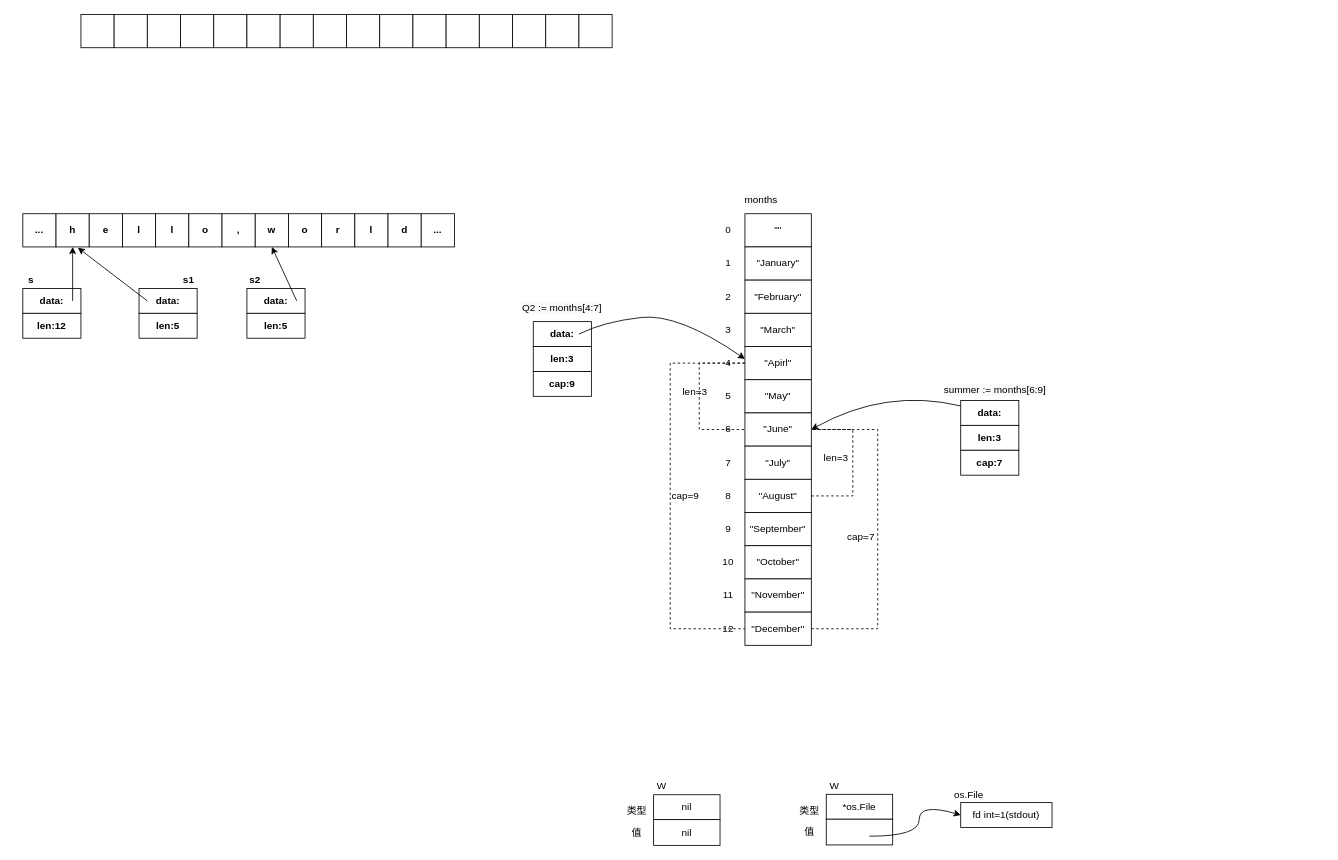
Above: go_basic.drawio in walkerdu/draw_io (draw.io), before the change. Source tidied: cells renumbered, new cells numbered last; positions are measured from the earlier drawing's top-left corner, leaving out a move shared by most shapes. Both pictures are drawn from the tidied source at 83%, with x=0, y=0 at pixel (14, 14).
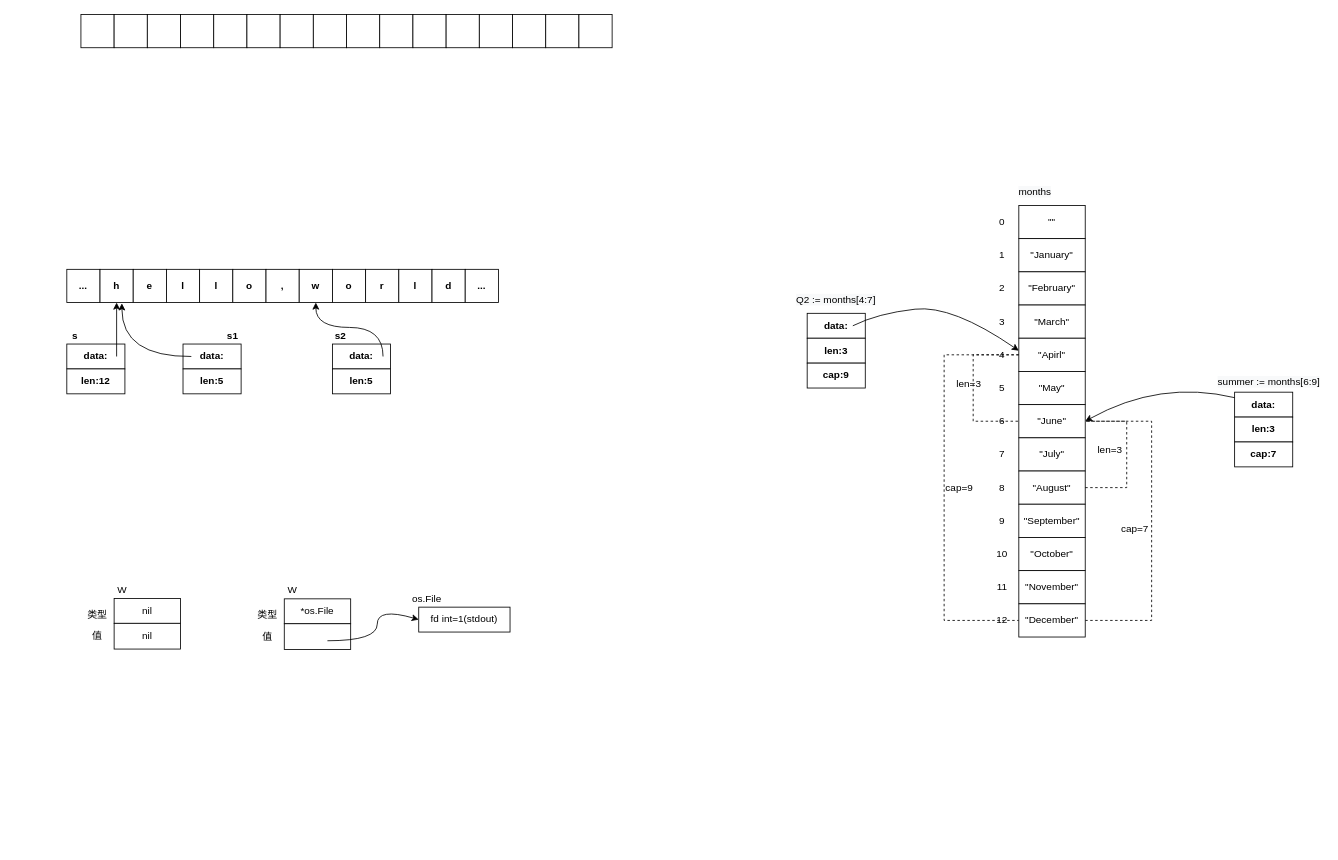
Above is the later version.

Unchanged cells that the change refers to:
```xml
<mxCell id="79" value="data:" style="rounded=0;whiteSpace=wrap;html=1;fontStyle=1;" parent="78" vertex="1">
  <mxGeometry width="70" height="30" as="geometry" />
</mxCell>
```

Change to the diagram source:
```diff
@@
     <mxCell id="2" style="strokeWidth=1;html=1;shape=mxgraph.flowchart.annotation_1;align=left;dashed=1;rotation=-180;" parent="1" vertex="1">
-      <mxGeometry x="960" y="500" width="80" height="240" as="geometry" />
+      <mxGeometry x="1290" y="490" width="80" height="240" as="geometry" />
     </mxCell>
     <mxCell id="3" value="cap=9" style="strokeWidth=1;html=1;shape=mxgraph.flowchart.annotation_1;align=left;dashed=1;" parent="1" vertex="1">
-      <mxGeometry x="790" y="420" width="90" height="320" as="geometry" />
+      <mxGeometry x="1120" y="410" width="90" height="320" as="geometry" />
     </mxCell>
@@
     <mxCell id="20" value="&lt;span&gt;...&lt;/span&gt;" style="rounded=0;whiteSpace=wrap;html=1;fontStyle=1;" parent="1" vertex="1">
-      <mxGeometry x="10" y="240" width="40" height="40" as="geometry" />
+      <mxGeometry x="63" y="307" width="40" height="40" as="geometry" />
     </mxCell>
     <mxCell id="21" value="&lt;span&gt;h&lt;/span&gt;" style="rounded=0;whiteSpace=wrap;html=1;fontStyle=1;" parent="1" vertex="1">
-      <mxGeometry x="50" y="240" width="40" height="40" as="geometry" />
+      <mxGeometry x="103" y="307" width="40" height="40" as="geometry" />
     </mxCell>
     <mxCell id="22" value="&lt;span&gt;e&lt;/span&gt;" style="rounded=0;whiteSpace=wrap;html=1;fontStyle=1;" parent="1" vertex="1">
-      <mxGeometry x="90" y="240" width="40" height="40" as="geometry" />
+      <mxGeometry x="143" y="307" width="40" height="40" as="geometry" />
     </mxCell>
     <mxCell id="23" value="&lt;span&gt;l&lt;/span&gt;" style="rounded=0;whiteSpace=wrap;html=1;fontStyle=1;" parent="1" vertex="1">
-      <mxGeometry x="130" y="240" width="40" height="40" as="geometry" />
+      <mxGeometry x="183" y="307" width="40" height="40" as="geometry" />
     </mxCell>
     <mxCell id="24" value="&lt;span&gt;l&lt;/span&gt;" style="rounded=0;whiteSpace=wrap;html=1;fontStyle=1;" parent="1" vertex="1">
-      <mxGeometry x="170" y="240" width="40" height="40" as="geometry" />
+      <mxGeometry x="223" y="307" width="40" height="40" as="geometry" />
     </mxCell>
     <mxCell id="25" value="o" style="rounded=0;whiteSpace=wrap;html=1;fontStyle=1;" parent="1" vertex="1">
-      <mxGeometry x="210" y="240" width="40" height="40" as="geometry" />
+      <mxGeometry x="263" y="307" width="40" height="40" as="geometry" />
     </mxCell>
     <mxCell id="26" value="," style="rounded=0;whiteSpace=wrap;html=1;fontStyle=1;" parent="1" vertex="1">
-      <mxGeometry x="250" y="240" width="40" height="40" as="geometry" />
+      <mxGeometry x="303" y="307" width="40" height="40" as="geometry" />
     </mxCell>
     <mxCell id="27" value="w" style="rounded=0;whiteSpace=wrap;html=1;fontStyle=1;" parent="1" vertex="1">
-      <mxGeometry x="290" y="240" width="40" height="40" as="geometry" />
+      <mxGeometry x="343" y="307" width="40" height="40" as="geometry" />
     </mxCell>
     <mxCell id="28" value="o" style="rounded=0;whiteSpace=wrap;html=1;fontStyle=1;" parent="1" vertex="1">
-      <mxGeometry x="330" y="240" width="40" height="40" as="geometry" />
+      <mxGeometry x="383" y="307" width="40" height="40" as="geometry" />
     </mxCell>
     <mxCell id="29" value="r" style="rounded=0;whiteSpace=wrap;html=1;fontStyle=1;" parent="1" vertex="1">
-      <mxGeometry x="370" y="240" width="40" height="40" as="geometry" />
+      <mxGeometry x="423" y="307" width="40" height="40" as="geometry" />
     </mxCell>
     <mxCell id="30" value="l" style="rounded=0;whiteSpace=wrap;html=1;fontStyle=1;" parent="1" vertex="1">
-      <mxGeometry x="410" y="240" width="40" height="40" as="geometry" />
+      <mxGeometry x="463" y="307" width="40" height="40" as="geometry" />
     </mxCell>
     <mxCell id="31" value="d" style="rounded=0;whiteSpace=wrap;html=1;fontStyle=1;" parent="1" vertex="1">
-      <mxGeometry x="450" y="240" width="40" height="40" as="geometry" />
+      <mxGeometry x="503" y="307" width="40" height="40" as="geometry" />
     </mxCell>
     <mxCell id="32" value="&lt;span&gt;...&lt;/span&gt;" style="rounded=0;whiteSpace=wrap;html=1;fontStyle=1;" parent="1" vertex="1">
-      <mxGeometry x="490" y="240" width="40" height="40" as="geometry" />
+      <mxGeometry x="543" y="307" width="40" height="40" as="geometry" />
     </mxCell>
     <mxCell id="33" value="&quot;&quot;" style="rounded=0;whiteSpace=wrap;html=1;" parent="1" vertex="1">
-      <mxGeometry x="880" y="240" width="80" height="40" as="geometry" />
+      <mxGeometry x="1210" y="230" width="80" height="40" as="geometry" />
     </mxCell>
     <mxCell id="34" style="group;" parent="1" vertex="1">
-      <mxGeometry x="10" y="330" width="70" height="60" as="geometry" />
+      <mxGeometry x="63" y="397" width="70" height="60" as="geometry" />
     </mxCell>
@@
     <mxCell id="37" value="&lt;b&gt;s&lt;/b&gt;" style="text;html=1;strokeColor=none;fillColor=none;align=center;verticalAlign=middle;whiteSpace=wrap;rounded=0;" parent="1" vertex="1">
-      <mxGeometry y="310" width="40" height="20" as="geometry" />
+      <mxGeometry x="53" y="377" width="40" height="20" as="geometry" />
     </mxCell>
     <mxCell id="38" style="endArrow=classic;html=1;entryX=0.5;entryY=1;entryDx=0;entryDy=0;noJump=1;anchorPointDirection=0;" parent="1" edge="1" target="21">
       <mxGeometry relative="1" as="geometry">
-        <mxPoint x="70" y="345" as="sourcePoint" />
+        <mxPoint x="123" y="412" as="sourcePoint" />
       </mxGeometry>
     </mxCell>
     <mxCell id="39" style="group;" parent="1" vertex="1">
-      <mxGeometry x="150" y="330" width="70" height="60" as="geometry" />
+      <mxGeometry x="203" y="397" width="70" height="60" as="geometry" />
     </mxCell>
@@
     <mxCell id="42" value="&lt;b&gt;s1&lt;/b&gt;" style="text;html=1;strokeColor=none;fillColor=none;align=center;verticalAlign=middle;whiteSpace=wrap;rounded=0;" parent="1" vertex="1">
-      <mxGeometry x="190" y="310" width="40" height="20" as="geometry" />
+      <mxGeometry x="243" y="377" width="40" height="20" as="geometry" />
     </mxCell>
-    <mxCell id="43" style="endArrow=classic;html=1;entryX=0.658;entryY=1.025;entryDx=0;entryDy=0;noJump=1;anchorPointDirection=0;entryPerimeter=0;startFill=1;endFill=1;" parent="1" edge="1" target="21">
+    <mxCell id="43" style="endArrow=classic;html=1;entryX=0.658;entryY=1.025;entryDx=0;entryDy=0;noJump=1;anchorPointDirection=0;entryPerimeter=0;startFill=1;endFill=1;edgeStyle=orthogonalEdgeStyle;curved=1;" parent="1" edge="1" target="21">
       <mxGeometry relative="1" as="geometry">
-        <mxPoint x="160" y="345" as="sourcePoint" />
+        <mxPoint x="213" y="412" as="sourcePoint" />
       </mxGeometry>
     </mxCell>
     <mxCell id="44" style="group;" parent="1" vertex="1">
-      <mxGeometry x="280" y="330" width="70" height="60" as="geometry" />
+      <mxGeometry x="383" y="397" width="70" height="60" as="geometry" />
     </mxCell>
@@
     <mxCell id="47" value="&lt;b&gt;s2&lt;/b&gt;" style="text;html=1;strokeColor=none;fillColor=none;align=center;verticalAlign=middle;whiteSpace=wrap;rounded=0;" parent="1" vertex="1">
-      <mxGeometry x="270" y="310" width="40" height="20" as="geometry" />
+      <mxGeometry x="373" y="377" width="40" height="20" as="geometry" />
     </mxCell>
-    <mxCell id="48" style="endArrow=classic;html=1;entryX=0.5;entryY=1;entryDx=0;entryDy=0;" parent="1" edge="1" target="27">
+    <mxCell id="48" style="endArrow=classic;html=1;entryX=0.5;entryY=1;entryDx=0;entryDy=0;edgeStyle=orthogonalEdgeStyle;curved=1;" parent="1" edge="1" target="27">
       <mxGeometry relative="1" as="geometry">
-        <mxPoint x="340" y="345" as="sourcePoint" />
+        <mxPoint x="444" y="412" as="sourcePoint" />
+        <Array as="points">
+          <mxPoint x="444" y="377" />
+          <mxPoint x="363" y="377" />
+        </Array>
       </mxGeometry>
     </mxCell>
     <mxCell id="49" value="&quot;January&quot;" style="rounded=0;whiteSpace=wrap;html=1;" parent="1" vertex="1">
-      <mxGeometry x="880" y="280" width="80" height="40" as="geometry" />
+      <mxGeometry x="1210" y="270" width="80" height="40" as="geometry" />
     </mxCell>
     <mxCell id="50" value="&quot;February&quot;" style="rounded=0;whiteSpace=wrap;html=1;" parent="1" vertex="1">
-      <mxGeometry x="880" y="320" width="80" height="40" as="geometry" />
+      <mxGeometry x="1210" y="310" width="80" height="40" as="geometry" />
     </mxCell>
     <mxCell id="51" value="&quot;March&quot;" style="rounded=0;whiteSpace=wrap;html=1;" parent="1" vertex="1">
-      <mxGeometry x="880" y="360" width="80" height="40" as="geometry" />
+      <mxGeometry x="1210" y="350" width="80" height="40" as="geometry" />
     </mxCell>
     <mxCell id="52" value="&quot;Apirl&quot;" style="rounded=0;whiteSpace=wrap;html=1;" parent="1" vertex="1">
-      <mxGeometry x="880" y="400" width="80" height="40" as="geometry" />
+      <mxGeometry x="1210" y="390" width="80" height="40" as="geometry" />
     </mxCell>
     <mxCell id="53" value="&quot;May&quot;" style="rounded=0;whiteSpace=wrap;html=1;" parent="1" vertex="1">
-      <mxGeometry x="880" y="440" width="80" height="40" as="geometry" />
+      <mxGeometry x="1210" y="430" width="80" height="40" as="geometry" />
     </mxCell>
     <mxCell id="54" value="&quot;June&quot;" style="rounded=0;whiteSpace=wrap;html=1;" parent="1" vertex="1">
-      <mxGeometry x="880" y="480" width="80" height="40" as="geometry" />
+      <mxGeometry x="1210" y="470" width="80" height="40" as="geometry" />
     </mxCell>
     <mxCell id="55" value="&quot;July&quot;" style="rounded=0;whiteSpace=wrap;html=1;" parent="1" vertex="1">
-      <mxGeometry x="880" y="520" width="80" height="40" as="geometry" />
+      <mxGeometry x="1210" y="510" width="80" height="40" as="geometry" />
     </mxCell>
     <mxCell id="56" value="&quot;August&quot;" style="rounded=0;whiteSpace=wrap;html=1;" parent="1" vertex="1">
-      <mxGeometry x="880" y="560" width="80" height="40" as="geometry" />
+      <mxGeometry x="1210" y="550" width="80" height="40" as="geometry" />
     </mxCell>
     <mxCell id="57" value="&quot;September&quot;" style="rounded=0;whiteSpace=wrap;html=1;" parent="1" vertex="1">
-      <mxGeometry x="880" y="600" width="80" height="40" as="geometry" />
+      <mxGeometry x="1210" y="590" width="80" height="40" as="geometry" />
     </mxCell>
     <mxCell id="58" value="&quot;October&quot;" style="rounded=0;whiteSpace=wrap;html=1;" parent="1" vertex="1">
-      <mxGeometry x="880" y="640" width="80" height="40" as="geometry" />
+      <mxGeometry x="1210" y="630" width="80" height="40" as="geometry" />
     </mxCell>
     <mxCell id="59" value="&quot;November&quot;" style="rounded=0;whiteSpace=wrap;html=1;" parent="1" vertex="1">
-      <mxGeometry x="880" y="680" width="80" height="40" as="geometry" />
+      <mxGeometry x="1210" y="670" width="80" height="40" as="geometry" />
     </mxCell>
     <mxCell id="60" value="&quot;December&quot;" style="rounded=0;whiteSpace=wrap;html=1;" parent="1" vertex="1">
-      <mxGeometry x="880" y="720" width="80" height="40" as="geometry" />
+      <mxGeometry x="1210" y="710" width="80" height="40" as="geometry" />
     </mxCell>
     <mxCell id="61" value="0" style="text;html=1;strokeColor=none;fillColor=none;align=center;verticalAlign=middle;whiteSpace=wrap;rounded=0;" parent="1" vertex="1">
-      <mxGeometry x="840" y="250" width="40" height="20" as="geometry" />
+      <mxGeometry x="1170" y="240" width="40" height="20" as="geometry" />
     </mxCell>
     <mxCell id="62" value="1" style="text;html=1;strokeColor=none;fillColor=none;align=center;verticalAlign=middle;whiteSpace=wrap;rounded=0;" parent="1" vertex="1">
-      <mxGeometry x="840" y="290" width="40" height="20" as="geometry" />
+      <mxGeometry x="1170" y="280" width="40" height="20" as="geometry" />
     </mxCell>
     <mxCell id="63" value="2" style="text;html=1;strokeColor=none;fillColor=none;align=center;verticalAlign=middle;whiteSpace=wrap;rounded=0;" parent="1" vertex="1">
-      <mxGeometry x="840" y="330" width="40" height="20" as="geometry" />
+      <mxGeometry x="1170" y="320" width="40" height="20" as="geometry" />
     </mxCell>
     <mxCell id="64" value="3" style="text;html=1;strokeColor=none;fillColor=none;align=center;verticalAlign=middle;whiteSpace=wrap;rounded=0;" parent="1" vertex="1">
-      <mxGeometry x="840" y="370" width="40" height="20" as="geometry" />
+      <mxGeometry x="1170" y="360" width="40" height="20" as="geometry" />
     </mxCell>
     <mxCell id="65" value="4" style="text;html=1;strokeColor=none;fillColor=none;align=center;verticalAlign=middle;whiteSpace=wrap;rounded=0;" parent="1" vertex="1">
-      <mxGeometry x="840" y="410" width="40" height="20" as="geometry" />
+      <mxGeometry x="1170" y="400" width="40" height="20" as="geometry" />
     </mxCell>
     <mxCell id="66" value="5" style="text;html=1;strokeColor=none;fillColor=none;align=center;verticalAlign=middle;whiteSpace=wrap;rounded=0;" parent="1" vertex="1">
-      <mxGeometry x="840" y="450" width="40" height="20" as="geometry" />
+      <mxGeometry x="1170" y="440" width="40" height="20" as="geometry" />
     </mxCell>
     <mxCell id="67" value="6" style="text;html=1;strokeColor=none;fillColor=none;align=center;verticalAlign=middle;whiteSpace=wrap;rounded=0;" parent="1" vertex="1">
-      <mxGeometry x="840" y="490" width="40" height="20" as="geometry" />
+      <mxGeometry x="1170" y="480" width="40" height="20" as="geometry" />
     </mxCell>
     <mxCell id="68" value="7" style="text;html=1;strokeColor=none;fillColor=none;align=center;verticalAlign=middle;whiteSpace=wrap;rounded=0;" parent="1" vertex="1">
-      <mxGeometry x="840" y="530" width="40" height="20" as="geometry" />
+      <mxGeometry x="1170" y="520" width="40" height="20" as="geometry" />
     </mxCell>
     <mxCell id="69" value="8" style="text;html=1;strokeColor=none;fillColor=none;align=center;verticalAlign=middle;whiteSpace=wrap;rounded=0;" parent="1" vertex="1">
-      <mxGeometry x="840" y="570" width="40" height="20" as="geometry" />
+      <mxGeometry x="1170" y="560" width="40" height="20" as="geometry" />
     </mxCell>
     <mxCell id="70" value="9" style="text;html=1;strokeColor=none;fillColor=none;align=center;verticalAlign=middle;whiteSpace=wrap;rounded=0;" parent="1" vertex="1">
-      <mxGeometry x="840" y="610" width="40" height="20" as="geometry" />
+      <mxGeometry x="1170" y="600" width="40" height="20" as="geometry" />
     </mxCell>
     <mxCell id="71" value="10" style="text;html=1;strokeColor=none;fillColor=none;align=center;verticalAlign=middle;whiteSpace=wrap;rounded=0;" parent="1" vertex="1">
-      <mxGeometry x="840" y="650" width="40" height="20" as="geometry" />
+      <mxGeometry x="1170" y="640" width="40" height="20" as="geometry" />
     </mxCell>
     <mxCell id="72" value="11" style="text;html=1;strokeColor=none;fillColor=none;align=center;verticalAlign=middle;whiteSpace=wrap;rounded=0;" parent="1" vertex="1">
-      <mxGeometry x="840" y="690" width="40" height="20" as="geometry" />
+      <mxGeometry x="1170" y="680" width="40" height="20" as="geometry" />
     </mxCell>
     <mxCell id="73" value="12" style="text;html=1;strokeColor=none;fillColor=none;align=center;verticalAlign=middle;whiteSpace=wrap;rounded=0;" parent="1" vertex="1">
-      <mxGeometry x="840" y="730" width="40" height="20" as="geometry" />
+      <mxGeometry x="1170" y="720" width="40" height="20" as="geometry" />
     </mxCell>
     <mxCell id="74" value="&lt;span style=&quot;color: rgb(0 , 0 , 0) ; font-family: &amp;#34;helvetica&amp;#34; ; font-size: 12px ; font-style: normal ; font-weight: 400 ; letter-spacing: normal ; text-align: center ; text-indent: 0px ; text-transform: none ; word-spacing: 0px ; background-color: rgb(248 , 249 , 250) ; display: inline ; float: none&quot;&gt;months&lt;/span&gt;" style="text;whiteSpace=wrap;html=1;" parent="1" vertex="1">
-      <mxGeometry x="878" y="210" width="60" height="30" as="geometry" />
+      <mxGeometry x="1208" y="200" width="60" height="30" as="geometry" />
     </mxCell>
     <mxCell id="75" style="group;" parent="1" vertex="1">
-      <mxGeometry x="625" y="370" width="565" height="210" as="geometry" />
+      <mxGeometry x="955" y="360" width="565" height="210" as="geometry" />
     </mxCell>
@@
     <mxCell id="87" value="cap:9" style="rounded=0;whiteSpace=wrap;html=1;fontStyle=1;" parent="1" vertex="1">
-      <mxGeometry x="625" y="430" width="70" height="30" as="geometry" />
+      <mxGeometry x="955" y="420" width="70" height="30" as="geometry" />
     </mxCell>
     <mxCell id="88" value="&lt;span style=&quot;color: rgb(0 , 0 , 0) ; font-family: &amp;#34;helvetica&amp;#34; ; font-size: 12px ; font-style: normal ; font-weight: 400 ; letter-spacing: normal ; text-align: center ; text-indent: 0px ; text-transform: none ; word-spacing: 0px ; background-color: rgb(248 , 249 , 250) ; display: inline ; float: none&quot;&gt;Q2 := months[4:7]&lt;/span&gt;" style="text;whiteSpace=wrap;html=1;" parent="1" vertex="1">
-      <mxGeometry x="610" y="340" width="100" height="30" as="geometry" />
+      <mxGeometry x="940" y="330" width="100" height="30" as="geometry" />
     </mxCell>
     <mxCell id="89" style="curved=1;endArrow=classic;html=1;entryX=1;entryY=0.25;entryDx=0;entryDy=0;" parent="1" edge="1" target="65">
       <mxGeometry relative="1" as="geometry">
-        <mxPoint x="680" y="385" as="sourcePoint" />
+        <mxPoint x="1010" y="375" as="sourcePoint" />
         <Array as="points">
-          <mxPoint x="710" y="370" />
-          <mxPoint x="800" y="360" />
+          <mxPoint x="1040" y="360" />
+          <mxPoint x="1130" y="350" />
         </Array>
       </mxGeometry>
     </mxCell>
     <mxCell id="90" style="curved=1;endArrow=classic;html=1;" parent="1" edge="1" source="79">
       <mxGeometry relative="1" as="geometry">
-        <mxPoint x="960" y="500" as="targetPoint" />
+        <mxPoint x="1290" y="490" as="targetPoint" />
         <Array as="points">
-          <mxPoint x="1050" y="450" />
+          <mxPoint x="1380" y="440" />
         </Array>
       </mxGeometry>
     </mxCell>
     <mxCell id="91" value="cap=7" style="text;html=1;strokeColor=none;fillColor=none;align=center;verticalAlign=middle;whiteSpace=wrap;rounded=0;dashed=1;" parent="1" vertex="1">
-      <mxGeometry x="1000" y="620" width="40" height="20" as="geometry" />
+      <mxGeometry x="1330" y="610" width="40" height="20" as="geometry" />
     </mxCell>
     <mxCell id="92" value="nil" style="rounded=0;whiteSpace=wrap;html=1;" parent="1" vertex="1">
-      <mxGeometry x="770" y="940" width="80" height="30" as="geometry" />
+      <mxGeometry x="120" y="703.5" width="80" height="30" as="geometry" />
     </mxCell>
     <mxCell id="93" value="nil" style="rounded=0;whiteSpace=wrap;html=1;" parent="1" vertex="1">
-      <mxGeometry x="770" y="970" width="80" height="31" as="geometry" />
+      <mxGeometry x="120" y="733.5" width="80" height="31" as="geometry" />
     </mxCell>
     <mxCell id="94" value="类型" style="text;html=1;strokeColor=none;fillColor=none;align=center;verticalAlign=middle;whiteSpace=wrap;rounded=0;dashed=1;" parent="1" vertex="1">
-      <mxGeometry x="730" y="950" width="40" height="20" as="geometry" />
+      <mxGeometry x="80" y="713.5" width="40" height="20" as="geometry" />
     </mxCell>
     <mxCell id="95" value="值" style="text;html=1;strokeColor=none;fillColor=none;align=center;verticalAlign=middle;whiteSpace=wrap;rounded=0;dashed=1;" parent="1" vertex="1">
-      <mxGeometry x="730" y="975.5" width="40" height="20" as="geometry" />
+      <mxGeometry x="80" y="739" width="40" height="20" as="geometry" />
     </mxCell>
     <mxCell id="96" value="W" style="text;html=1;strokeColor=none;fillColor=none;align=center;verticalAlign=middle;whiteSpace=wrap;rounded=0;dashed=1;" parent="1" vertex="1">
-      <mxGeometry x="760" y="920" width="40" height="20" as="geometry" />
+      <mxGeometry x="110" y="683.5" width="40" height="20" as="geometry" />
     </mxCell>
     <mxCell id="97" value="*os.File" style="rounded=0;whiteSpace=wrap;html=1;" parent="1" vertex="1">
-      <mxGeometry x="978" y="939.5" width="80" height="30" as="geometry" />
+      <mxGeometry x="325" y="704" width="80" height="30" as="geometry" />
     </mxCell>
     <mxCell id="98" style="rounded=0;whiteSpace=wrap;html=1;" parent="1" vertex="1">
-      <mxGeometry x="978" y="969.5" width="80" height="31" as="geometry" />
+      <mxGeometry x="325" y="734" width="80" height="31" as="geometry" />
     </mxCell>
     <mxCell id="99" value="类型" style="text;html=1;strokeColor=none;fillColor=none;align=center;verticalAlign=middle;whiteSpace=wrap;rounded=0;dashed=1;" parent="1" vertex="1">
-      <mxGeometry x="938" y="949.5" width="40" height="20" as="geometry" />
+      <mxGeometry x="285" y="714" width="40" height="20" as="geometry" />
     </mxCell>
     <mxCell id="100" value="值" style="text;html=1;strokeColor=none;fillColor=none;align=center;verticalAlign=middle;whiteSpace=wrap;rounded=0;dashed=1;" parent="1" vertex="1">
-      <mxGeometry x="938" y="975" width="40" height="20" as="geometry" />
+      <mxGeometry x="285" y="739.5" width="40" height="20" as="geometry" />
     </mxCell>
     <mxCell id="101" value="W" style="text;html=1;strokeColor=none;fillColor=none;align=center;verticalAlign=middle;whiteSpace=wrap;rounded=0;dashed=1;" parent="1" vertex="1">
-      <mxGeometry x="968" y="919.5" width="40" height="20" as="geometry" />
+      <mxGeometry x="315" y="684" width="40" height="20" as="geometry" />
     </mxCell>
     <mxCell id="102" value="fd int=1(stdout)" style="rounded=0;whiteSpace=wrap;html=1;" parent="1" vertex="1">
-      <mxGeometry x="1140" y="949.5" width="110" height="30" as="geometry" />
+      <mxGeometry x="487" y="714" width="110" height="30" as="geometry" />
     </mxCell>
     <mxCell id="103" style="curved=1;endArrow=classic;html=1;entryX=0;entryY=0.5;entryDx=0;entryDy=0;exitX=0.65;exitY=0.661;exitDx=0;exitDy=0;exitPerimeter=0;" parent="1" edge="1" source="98" target="102">
       <mxGeometry relative="1" as="geometry">
         <Array as="points">
-          <mxPoint x="1090" y="990" />
-          <mxPoint x="1090" y="950" />
+          <mxPoint x="437" y="754.5" />
+          <mxPoint x="437" y="714.5" />
         </Array>
       </mxGeometry>
     </mxCell>
     <mxCell id="104" value="os.File" style="text;html=1;strokeColor=none;fillColor=none;align=center;verticalAlign=middle;whiteSpace=wrap;rounded=0;dashed=1;" parent="1" vertex="1">
-      <mxGeometry x="1130" y="929.5" width="40" height="20" as="geometry" />
+      <mxGeometry x="477" y="694" width="40" height="20" as="geometry" />
     </mxCell>
```
